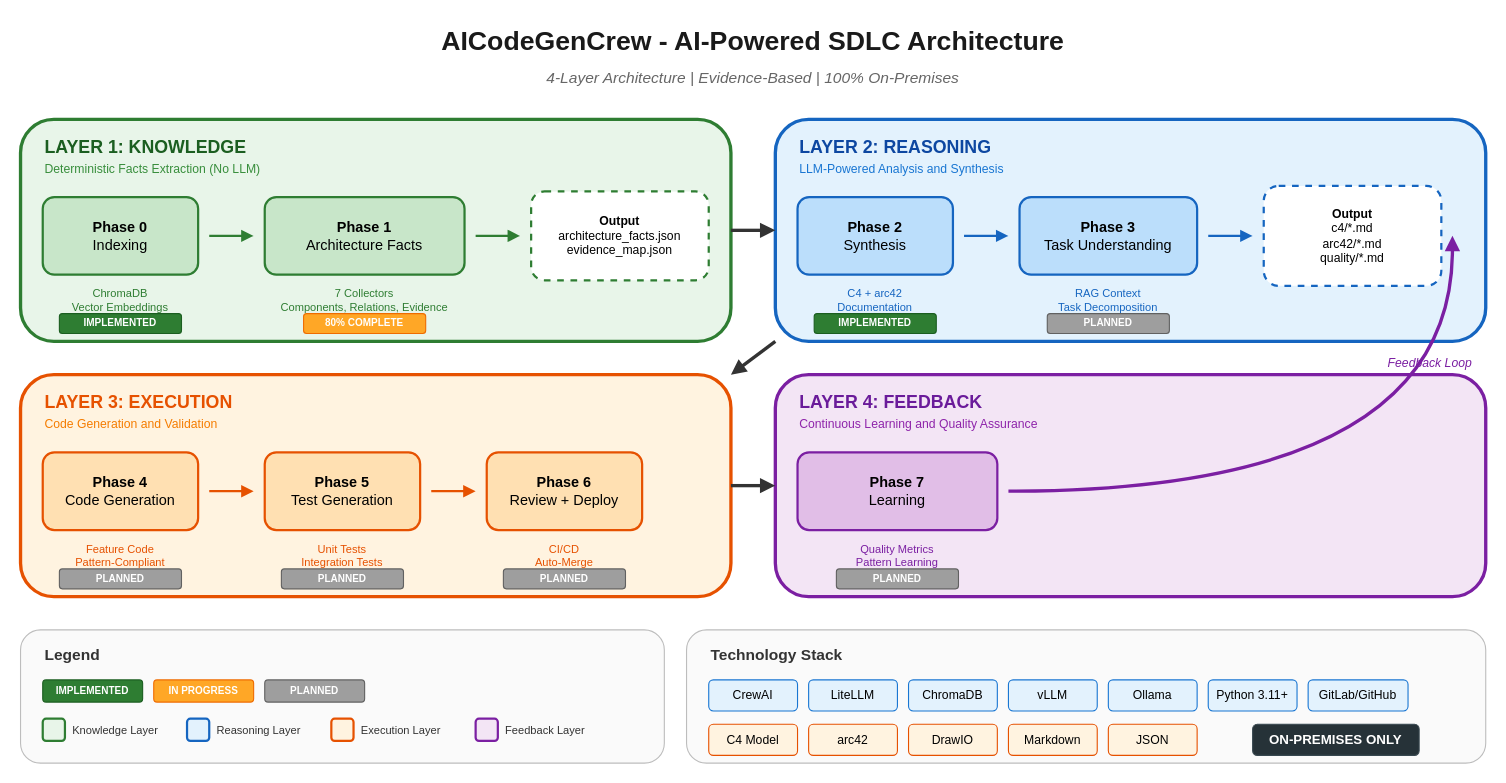
Earlier version of the draw.io diagram docs/diagrams/sdlc-overview.drawio (aymenmastouri/aicodegencrew). Source tidied: cells renumbered, new cells numbered last; positions are measured from the earlier drawing's top-left corner, leaving out a move shared by most shapes. Both pictures are drawn from the tidied source at 111%, with x=0, y=0 at pixel (20, 19).
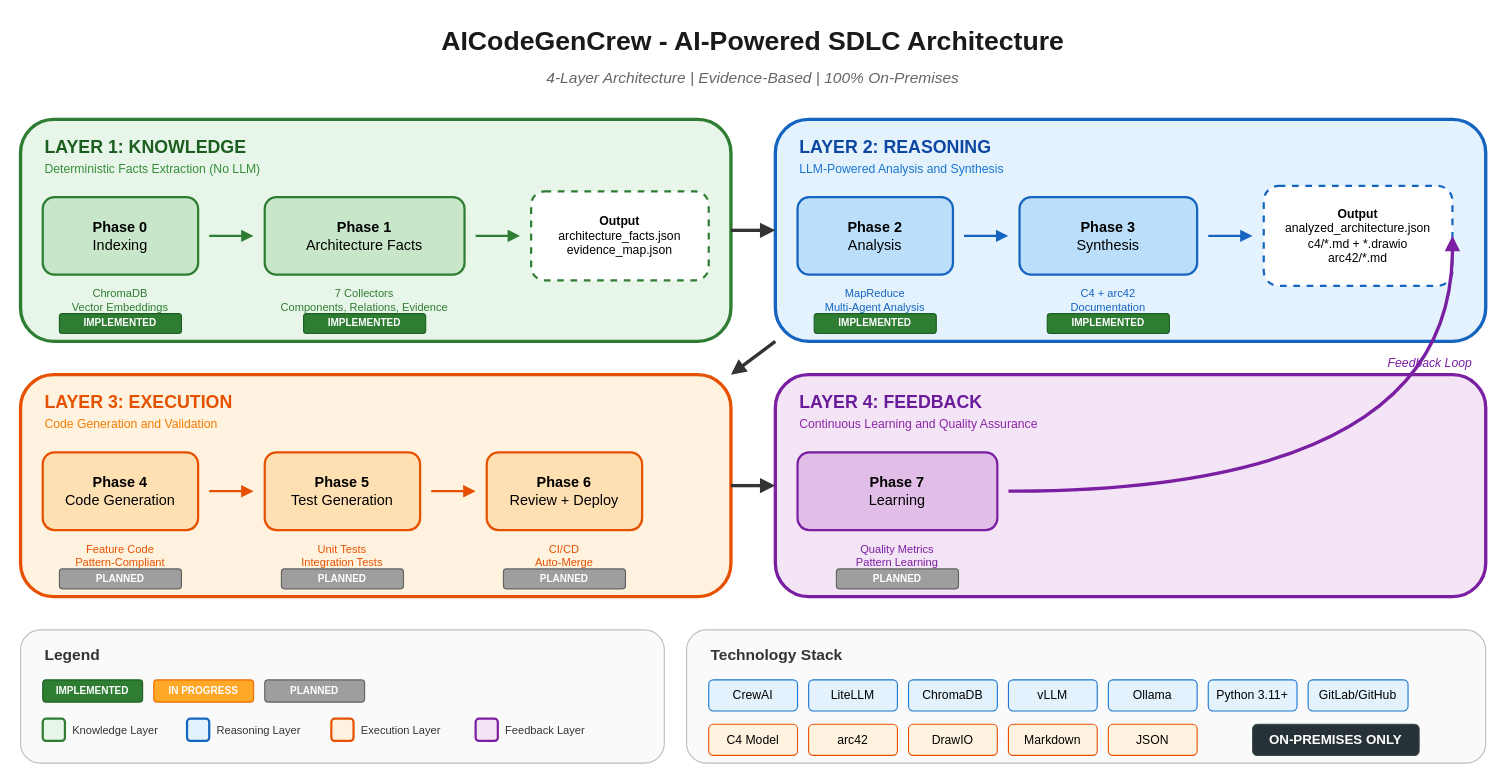
Above is the later version.

Change to the diagram source:
```diff
@@
-    <mxCell id="13" value="80% COMPLETE" style="rounded=1;whiteSpace=wrap;html=1;fillColor=#FFA726;strokeColor=#EF6C00;fontColor=#FFFFFF;fontSize=9;fontStyle=1;" parent="1" vertex="1">
+    <mxCell id="13" value="IMPLEMENTED" style="rounded=1;whiteSpace=wrap;html=1;fillColor=#2E7D32;strokeColor=#1B5E20;fontColor=#FFFFFF;fontSize=9;fontStyle=1;" parent="1" vertex="1">
       <mxGeometry x="255" y="265" width="110" height="18" as="geometry" />
     </mxCell>
@@
-    <mxCell id="19" value="&lt;b&gt;Phase 2&lt;/b&gt;&lt;br&gt;Synthesis" style="rounded=1;whiteSpace=wrap;html=1;fillColor=#BBDEFB;strokeColor=#1565C0;strokeWidth=2;fontSize=13;" parent="1" vertex="1">
+    <mxCell id="19" value="&lt;b&gt;Phase 2&lt;/b&gt;&lt;br&gt;Analysis" style="rounded=1;whiteSpace=wrap;html=1;fillColor=#BBDEFB;strokeColor=#1565C0;strokeWidth=2;fontSize=13;" parent="1" vertex="1">
       <mxGeometry x="700" y="160" width="140" height="70" as="geometry" />
     </mxCell>
-    <mxCell id="20" value="C4 + arc42&lt;br&gt;Documentation" style="text;html=1;strokeColor=none;fillColor=none;align=center;verticalAlign=top;whiteSpace=wrap;rounded=0;fontSize=10;fontColor=#1565C0;" parent="1" vertex="1">
+    <mxCell id="20" value="MapReduce&lt;br&gt;Multi-Agent Analysis" style="text;html=1;strokeColor=none;fillColor=none;align=center;verticalAlign=top;whiteSpace=wrap;rounded=0;fontSize=10;fontColor=#1565C0;" parent="1" vertex="1">
       <mxGeometry x="700" y="235" width="140" height="35" as="geometry" />
     </mxCell>
@@
-    <mxCell id="23" value="&lt;b&gt;Phase 3&lt;/b&gt;&lt;br&gt;Task Understanding" style="rounded=1;whiteSpace=wrap;html=1;fillColor=#BBDEFB;strokeColor=#1565C0;strokeWidth=2;fontSize=13;" parent="1" vertex="1">
+    <mxCell id="23" value="&lt;b&gt;Phase 3&lt;/b&gt;&lt;br&gt;Synthesis" style="rounded=1;whiteSpace=wrap;html=1;fillColor=#BBDEFB;strokeColor=#1565C0;strokeWidth=2;fontSize=13;" parent="1" vertex="1">
       <mxGeometry x="900" y="160" width="160" height="70" as="geometry" />
     </mxCell>
-    <mxCell id="24" value="RAG Context&lt;br&gt;Task Decomposition" style="text;html=1;strokeColor=none;fillColor=none;align=center;verticalAlign=top;whiteSpace=wrap;rounded=0;fontSize=10;fontColor=#1565C0;" parent="1" vertex="1">
+    <mxCell id="24" value="C4 + arc42&lt;br&gt;Documentation" style="text;html=1;strokeColor=none;fillColor=none;align=center;verticalAlign=top;whiteSpace=wrap;rounded=0;fontSize=10;fontColor=#1565C0;" parent="1" vertex="1">
       <mxGeometry x="900" y="235" width="160" height="35" as="geometry" />
     </mxCell>
-    <mxCell id="25" value="PLANNED" style="rounded=1;whiteSpace=wrap;html=1;fillColor=#9E9E9E;strokeColor=#616161;fontColor=#FFFFFF;fontSize=9;fontStyle=1;" parent="1" vertex="1">
+    <mxCell id="25" value="IMPLEMENTED" style="rounded=1;whiteSpace=wrap;html=1;fillColor=#2E7D32;strokeColor=#1B5E20;fontColor=#FFFFFF;fontSize=9;fontStyle=1;" parent="1" vertex="1">
       <mxGeometry x="925" y="265" width="110" height="18" as="geometry" />
     </mxCell>
@@
-    <mxCell id="27" value="&lt;b&gt;Output&lt;/b&gt;&lt;br&gt;c4/*.md&lt;br&gt;arc42/*.md&lt;br&gt;quality/*.md" style="rounded=1;whiteSpace=wrap;html=1;fillColor=#FFFFFF;strokeColor=#1565C0;strokeWidth=2;fontSize=11;dashed=1;" parent="1" vertex="1">
-      <mxGeometry x="1120" y="150" width="160" height="90" as="geometry" />
+    <mxCell id="27" value="&lt;b&gt;Output&lt;/b&gt;&lt;br&gt;analyzed_architecture.json&lt;br&gt;c4/*.md + *.drawio&lt;br&gt;arc42/*.md" style="rounded=1;whiteSpace=wrap;html=1;fillColor=#FFFFFF;strokeColor=#1565C0;strokeWidth=2;fontSize=11;dashed=1;" parent="1" vertex="1">
+      <mxGeometry x="1120" y="150" width="170" height="90" as="geometry" />
     </mxCell>
```
